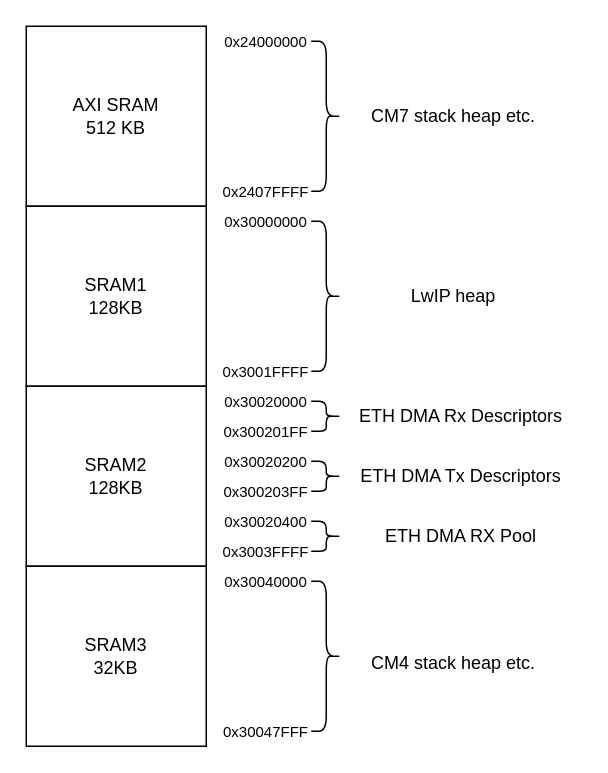
Earlier version of the draw.io diagram docs/mem_managment.drawio (Manwlis/LwIP-FreeRTOS-STM32H755ZI). Source tidied: cells renumbered, new cells numbered last; positions are measured from the earlier drawing's top-left corner, leaving out a move shared by most shapes. Both pictures are drawn from the tidied source at 150%, with x=0, y=0 at pixel (26, 26).
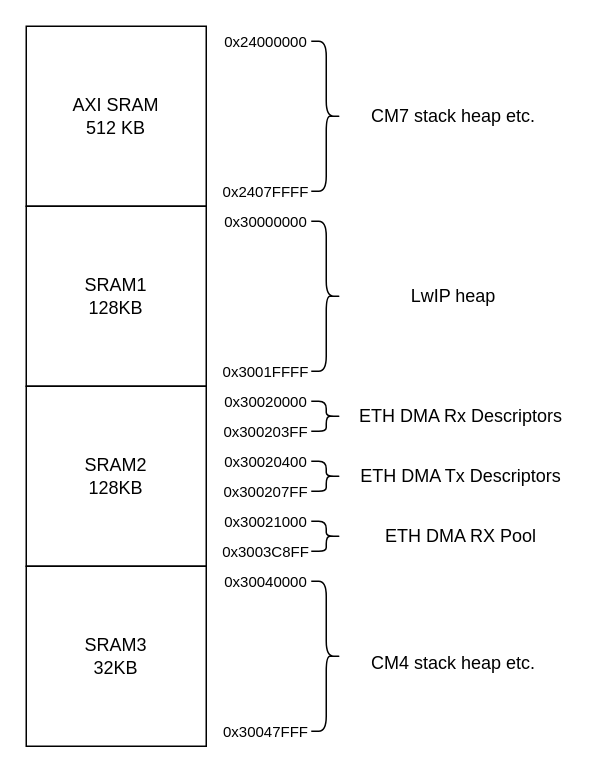
The same page after the edit.

What changed in the source:
```diff
@@
-    <mxCell id="19" value="0x300201FF" style="text;html=1;whiteSpace=wrap;strokeColor=none;fillColor=none;align=center;verticalAlign=middle;rounded=0;fontSize=10;" parent="1" vertex="1">
+    <mxCell id="19" value="0x300203FF" style="text;html=1;whiteSpace=wrap;strokeColor=none;fillColor=none;align=center;verticalAlign=middle;rounded=0;fontSize=10;" parent="1" vertex="1">
       <mxGeometry x="130" y="260" width="60" height="20" as="geometry" />
     </mxCell>
-    <mxCell id="20" value="0x30020200" style="text;html=1;whiteSpace=wrap;strokeColor=none;fillColor=none;align=center;verticalAlign=middle;rounded=0;fontSize=10;" parent="1" vertex="1">
+    <mxCell id="20" value="0x30020400" style="text;html=1;whiteSpace=wrap;strokeColor=none;fillColor=none;align=center;verticalAlign=middle;rounded=0;fontSize=10;" parent="1" vertex="1">
       <mxGeometry x="130" y="280" width="60" height="20" as="geometry" />
     </mxCell>
-    <mxCell id="21" value="0x300203FF" style="text;html=1;whiteSpace=wrap;strokeColor=none;fillColor=none;align=center;verticalAlign=middle;rounded=0;fontSize=10;" parent="1" vertex="1">
+    <mxCell id="21" value="0x300207FF" style="text;html=1;whiteSpace=wrap;strokeColor=none;fillColor=none;align=center;verticalAlign=middle;rounded=0;fontSize=10;" parent="1" vertex="1">
       <mxGeometry x="130" y="300" width="60" height="20" as="geometry" />
     </mxCell>
@@
-    <mxCell id="26" value="0x30020400" style="text;html=1;whiteSpace=wrap;strokeColor=none;fillColor=none;align=center;verticalAlign=middle;rounded=0;fontSize=10;" parent="1" vertex="1">
+    <mxCell id="26" value="0x30021000" style="text;html=1;whiteSpace=wrap;strokeColor=none;fillColor=none;align=center;verticalAlign=middle;rounded=0;fontSize=10;" parent="1" vertex="1">
       <mxGeometry x="130" y="320" width="60" height="20" as="geometry" />
     </mxCell>
-    <mxCell id="27" value="0x3003FFFF" style="text;html=1;whiteSpace=wrap;strokeColor=none;fillColor=none;align=center;verticalAlign=middle;rounded=0;fontSize=10;" parent="1" vertex="1">
+    <mxCell id="27" value="0x3003C8FF" style="text;html=1;whiteSpace=wrap;strokeColor=none;fillColor=none;align=center;verticalAlign=middle;rounded=0;fontSize=10;" parent="1" vertex="1">
       <mxGeometry x="130" y="340" width="60" height="20" as="geometry" />
     </mxCell>
```
